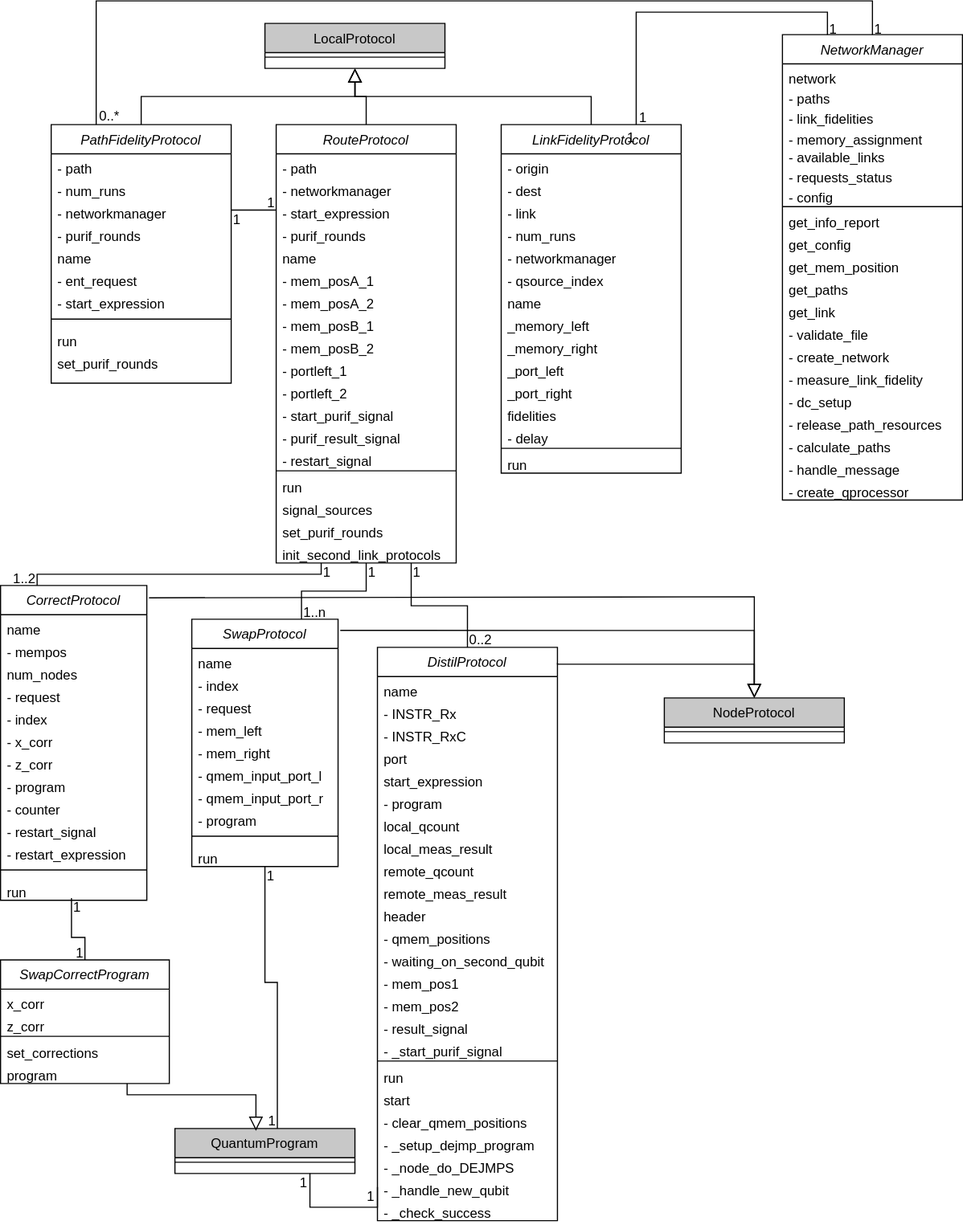
Before: Diagramas/Clase/tec-NetWorkManagerprotocols.svg, a diagram exported from draw.io (davidpcuvigo/quantumcity). Source tidied: cells renumbered, new cells last; positions are measured from the earlier drawing's top-left corner, leaving out a move shared by most shapes.
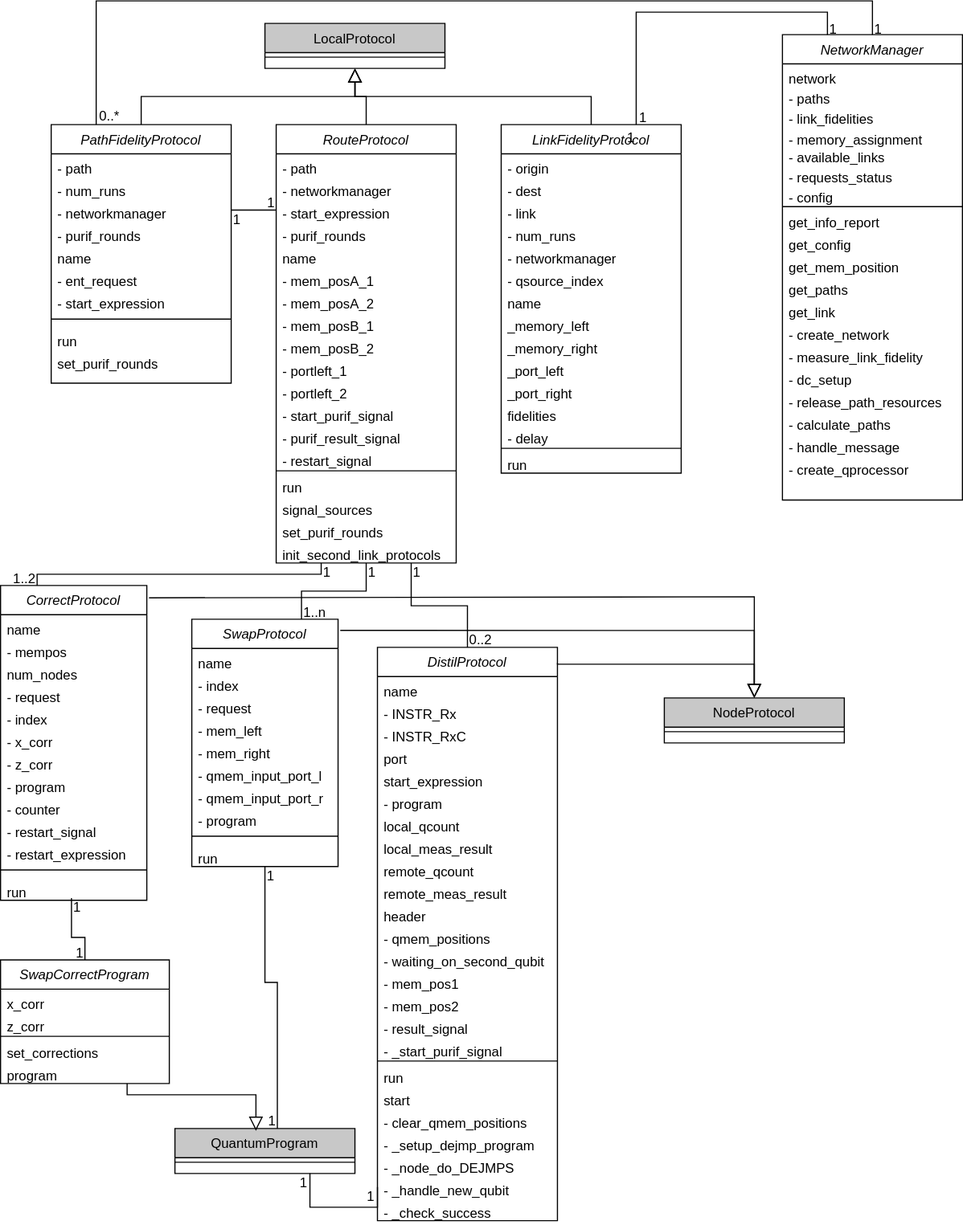
Later version of the same file.

The edit, as a diff of the source:
```diff
@@ -276,29 +276,26 @@
     <mxCell id="91" value="get_link" style="text;align=left;verticalAlign=top;spacingLeft=4;spacingRight=4;overflow=hidden;" parent="78" vertex="1">
       <mxGeometry y="234" width="160" height="20" as="geometry" />
     </mxCell>
-    <mxCell id="92" value="- validate_file" style="text;align=left;verticalAlign=top;spacingLeft=4;spacingRight=4;overflow=hidden;" parent="78" vertex="1">
-      <mxGeometry y="254" width="160" height="20" as="geometry" />
-    </mxCell>
     <mxCell id="93" value="- create_network" style="text;align=left;verticalAlign=top;spacingLeft=4;spacingRight=4;overflow=hidden;" parent="78" vertex="1">
-      <mxGeometry y="274" width="160" height="20" as="geometry" />
+      <mxGeometry y="254" width="160" height="20" as="geometry" />
     </mxCell>
     <mxCell id="94" value="- measure_link_fidelity" style="text;align=left;verticalAlign=top;spacingLeft=4;spacingRight=4;overflow=hidden;" parent="78" vertex="1">
-      <mxGeometry y="294" width="160" height="20" as="geometry" />
+      <mxGeometry y="274" width="160" height="20" as="geometry" />
     </mxCell>
     <mxCell id="95" value="- dc_setup" style="text;align=left;verticalAlign=top;spacingLeft=4;spacingRight=4;overflow=hidden;" parent="78" vertex="1">
-      <mxGeometry y="314" width="160" height="20" as="geometry" />
+      <mxGeometry y="294" width="160" height="20" as="geometry" />
     </mxCell>
     <mxCell id="96" value="- release_path_resources" style="text;align=left;verticalAlign=top;spacingLeft=4;spacingRight=4;overflow=hidden;" parent="78" vertex="1">
-      <mxGeometry y="334" width="160" height="20" as="geometry" />
+      <mxGeometry y="314" width="160" height="20" as="geometry" />
     </mxCell>
     <mxCell id="97" value="- calculate_paths" style="text;align=left;verticalAlign=top;spacingLeft=4;spacingRight=4;overflow=hidden;" parent="78" vertex="1">
-      <mxGeometry y="354" width="160" height="20" as="geometry" />
+      <mxGeometry y="334" width="160" height="20" as="geometry" />
     </mxCell>
     <mxCell id="98" value="- handle_message" style="text;align=left;verticalAlign=top;spacingLeft=4;spacingRight=4;overflow=hidden;" parent="78" vertex="1">
-      <mxGeometry y="374" width="160" height="20" as="geometry" />
+      <mxGeometry y="354" width="160" height="20" as="geometry" />
     </mxCell>
     <mxCell id="99" value="- create_qprocessor" style="text;align=left;verticalAlign=top;spacingLeft=4;spacingRight=4;overflow=hidden;" parent="78" vertex="1">
-      <mxGeometry y="394" width="160" height="20" as="geometry" />
+      <mxGeometry y="374" width="160" height="20" as="geometry" />
     </mxCell>
     <mxCell id="100" value="LinkFidelityProtocol" style="swimlane;fontStyle=2;align=center;verticalAlign=top;horizontal=1;startSize=26;rounded=0;shadow=0;strokeWidth=1;" parent="1" vertex="1">
       <mxGeometry x="445" y="110" width="160" height="310" as="geometry" />
```
